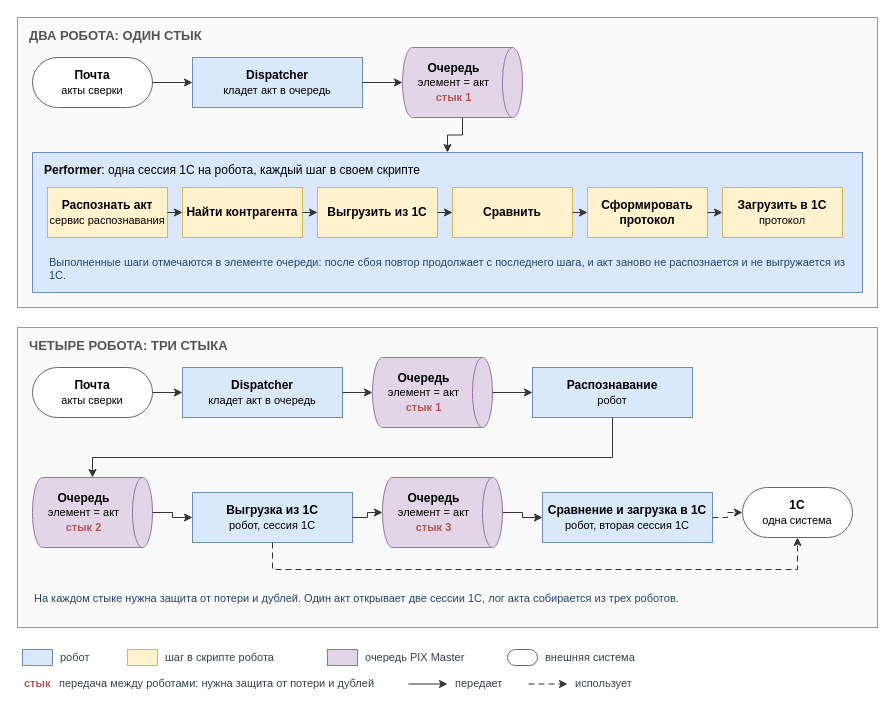
TheMrDJek/PixRpaDevelopmentConventions keeps this draw.io diagram as page "project / project-split" (3 of 8) of images/diagrams.drawio. Above is the earlier version. Source tidied: cells renumbered, new cells numbered last; positions are measured from the earlier drawing's top-left corner, leaving out a move shared by most shapes. Both pictures are drawn from the tidied source at 100%, with x=0, y=0 at pixel (17, 17).
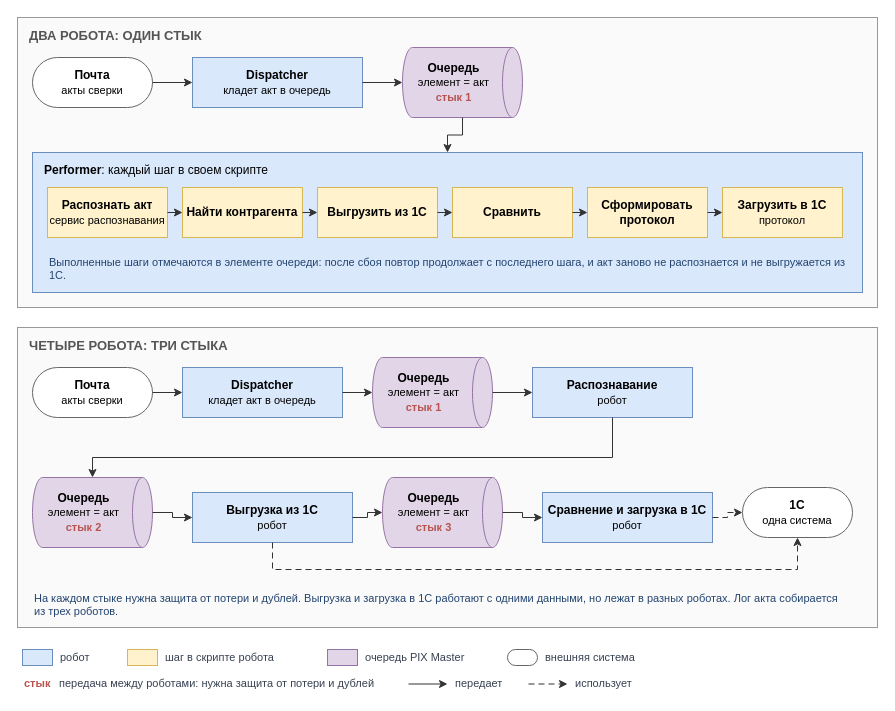
The same diagram, later.

Commit message (it also covers changes not shown here):
docs: project.md и схема project-split, без минуса о двух сессиях одной системы

What changed in the source:
```diff
@@
-    <mxCell id="8" value="&lt;b&gt;Performer&lt;/b&gt;: одна сессия 1С на робота, каждый шаг в своем скрипте" style="rounded=0;fillColor=#DAE8FC;strokeColor=#6C8EBF;strokeWidth=1;fontColor=#000000;fontSize=12;whiteSpace=wrap;html=1;fontFamily=Helvetica;verticalAlign=top;align=left;spacingLeft=10;spacingTop=4;" parent="1" vertex="1">
+    <mxCell id="8" value="&lt;b&gt;Performer&lt;/b&gt;: каждый шаг в своем скрипте" style="rounded=0;fillColor=#DAE8FC;strokeColor=#6C8EBF;strokeWidth=1;fontColor=#000000;fontSize=12;whiteSpace=wrap;html=1;fontFamily=Helvetica;verticalAlign=top;align=left;spacingLeft=10;spacingTop=4;" parent="1" vertex="1">
       <mxGeometry x="15" y="135" width="830" height="140" as="geometry" />
     </mxCell>
@@
-    <mxCell id="28" value="&lt;b&gt;Выгрузка из 1С&lt;/b&gt;&lt;br&gt;&lt;font style=&quot;font-size:11px&quot;&gt;робот, сессия 1С&lt;/font&gt;" style="rounded=0;fillColor=#DAE8FC;strokeColor=#6C8EBF;strokeWidth=1;fontColor=#000000;fontSize=12;whiteSpace=wrap;html=1;fontFamily=Helvetica;" parent="1" vertex="1">
+    <mxCell id="28" value="&lt;b&gt;Выгрузка из 1С&lt;/b&gt;&lt;br&gt;&lt;font style=&quot;font-size:11px&quot;&gt;робот&lt;/font&gt;" style="rounded=0;fillColor=#DAE8FC;strokeColor=#6C8EBF;strokeWidth=1;fontColor=#000000;fontSize=12;whiteSpace=wrap;html=1;fontFamily=Helvetica;" parent="1" vertex="1">
       <mxGeometry x="175" y="475" width="160" height="50" as="geometry" />
     </mxCell>
@@
-    <mxCell id="30" value="&lt;b&gt;Сравнение и загрузка в 1С&lt;/b&gt;&lt;br&gt;&lt;font style=&quot;font-size:11px&quot;&gt;робот, вторая сессия 1С&lt;/font&gt;" style="rounded=0;fillColor=#DAE8FC;strokeColor=#6C8EBF;strokeWidth=1;fontColor=#000000;fontSize=12;whiteSpace=wrap;html=1;fontFamily=Helvetica;" parent="1" vertex="1">
+    <mxCell id="30" value="&lt;b&gt;Сравнение и загрузка в 1С&lt;/b&gt;&lt;br&gt;&lt;font style=&quot;font-size:11px&quot;&gt;робот&lt;/font&gt;" style="rounded=0;fillColor=#DAE8FC;strokeColor=#6C8EBF;strokeWidth=1;fontColor=#000000;fontSize=12;whiteSpace=wrap;html=1;fontFamily=Helvetica;" parent="1" vertex="1">
       <mxGeometry x="525" y="475" width="170" height="50" as="geometry" />
     </mxCell>
@@
-    <mxCell id="41" value="На каждом стыке нужна защита от потери и дублей. Один акт открывает две сессии 1С, лог акта собирается из трех роботов." style="text;strokeColor=none;fillColor=none;align=left;verticalAlign=top;fontSize=11;fontColor=#23446F;whiteSpace=wrap;html=1;fontFamily=Helvetica;" parent="1" vertex="1">
+    <mxCell id="41" value="На каждом стыке нужна защита от потери и дублей. Выгрузка и загрузка в 1С работают с одними данными, но лежат в разных роботах. Лог акта собирается из трех роботов." style="text;strokeColor=none;fillColor=none;align=left;verticalAlign=top;fontSize=11;fontColor=#23446F;whiteSpace=wrap;html=1;fontFamily=Helvetica;" parent="1" vertex="1">
       <mxGeometry x="15" y="568" width="820" height="36" as="geometry" />
     </mxCell>
```
